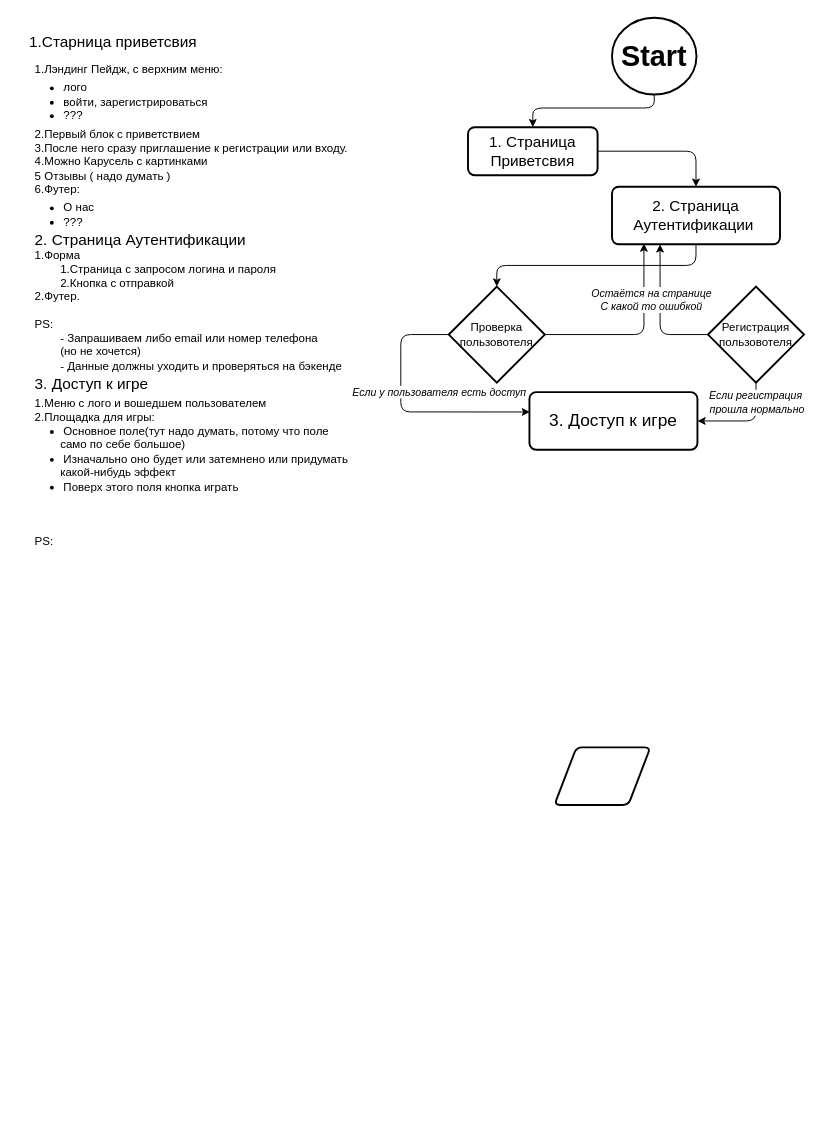
Above: lila_game.drawio in tocheniy/llg_diogram (draw.io), before the change. Source tidied: cells renumbered, new cells numbered last; positions are measured from the earlier drawing's top-left corner, leaving out a move shared by most shapes. Both pictures are drawn from the tidied source at 96%, with x=0, y=0 at pixel (16, 17).
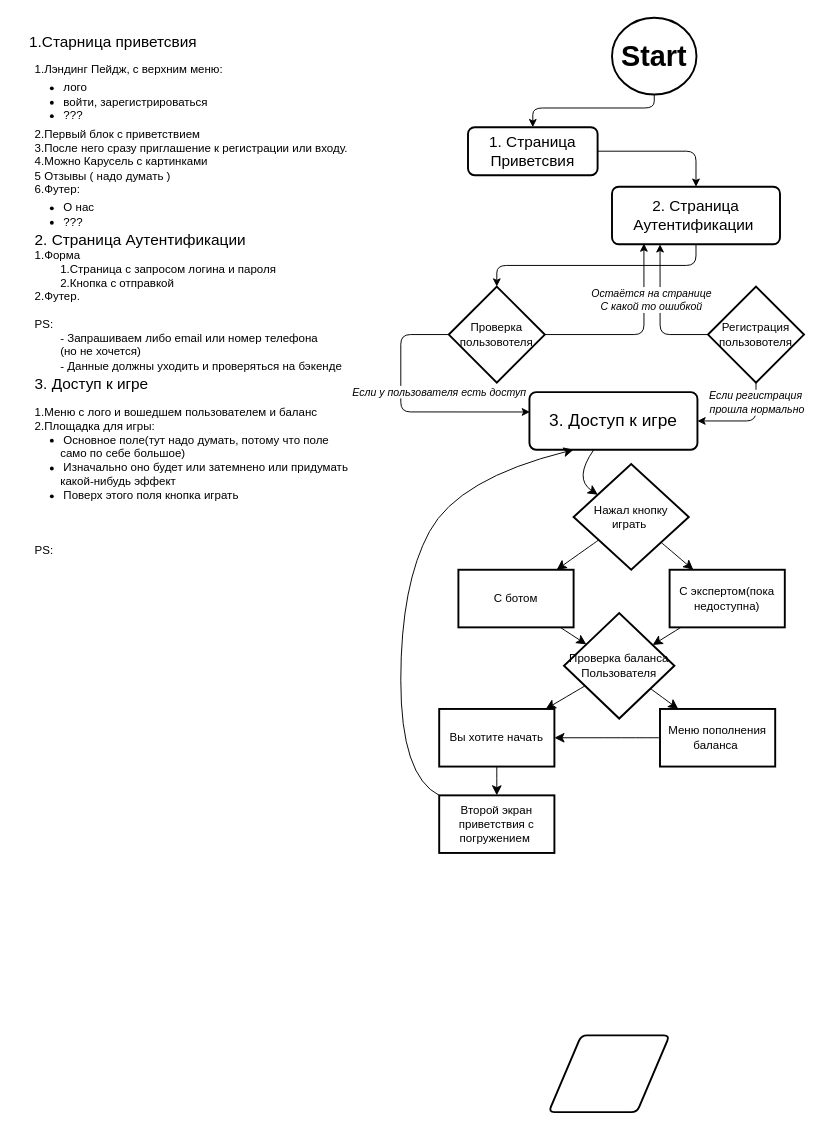
The same page after the edit.

Change to the diagram source:
```diff
@@
-    <mxCell id="5" style="shape=parallelogram;html=1;strokeWidth=2;perimeter=parallelogramPerimeter;whiteSpace=wrap;rounded=1;arcSize=12;size=0.23;" parent="1" vertex="1">
-      <mxGeometry x="560" y="760" width="100" height="60" as="geometry" />
+    <mxCell id="5" style="shape=parallelogram;html=1;strokeWidth=2;perimeter=parallelogramPerimeter;whiteSpace=wrap;rounded=1;arcSize=12;size=0.27;" parent="1" vertex="1">
+      <mxGeometry x="554" y="1060" width="126" height="80" as="geometry" />
     </mxCell>
@@
+    <mxCell id="24" style="edgeStyle=none;curved=1;rounded=0;jettySize=auto;html=1;fontSize=12;startSize=8;endSize=8;" parent="1" edge="1" target="27">
+      <mxGeometry relative="1" as="geometry">
+        <mxPoint x="601" y="450" as="sourcePoint" />
+        <Array as="points">
+          <mxPoint x="580" y="480" />
+        </Array>
+      </mxGeometry>
+    </mxCell>
@@
-    <mxCell id="23" value="&lt;div&gt;&lt;span style=&quot;background-color: initial;&quot;&gt;1.Меню с лого и вошедшем пользователем&lt;/span&gt;&lt;/div&gt;&lt;div&gt;2.Площадка для игры:&lt;/div&gt;&lt;div&gt;&lt;ul style=&quot;padding-left: 30px; margin-top: 0px; margin-bottom: 0px;&quot;&gt;&lt;li&gt;Основное поле(тут надо думать, потому что поле&amp;nbsp;&lt;/li&gt;&lt;/ul&gt;&lt;span style=&quot;background-color: initial;&quot;&gt;&lt;span style=&quot;white-space: pre;&quot;&gt;&#9;&lt;/span&gt;само по себе большое)&amp;nbsp;&lt;/span&gt;&lt;br&gt;&lt;ul style=&quot;padding-left: 30px; margin-top: 0px; margin-bottom: 0px;&quot;&gt;&lt;li&gt;Изначально оно будет или затемнено или придумать&lt;/li&gt;&lt;/ul&gt;&lt;span style=&quot;background-color: initial;&quot;&gt;&lt;span style=&quot;white-space: pre;&quot;&gt;&#9;&lt;/span&gt;какой-нибудь эффект&amp;nbsp;&lt;/span&gt;&lt;/div&gt;&lt;div&gt;&lt;ul style=&quot;padding-left: 30px; margin-top: 0px; margin-bottom: 0px;&quot;&gt;&lt;li&gt;Поверх этого поля кнопка играть&lt;/li&gt;&lt;/ul&gt;&lt;div&gt;&lt;br&gt;&lt;/div&gt;&lt;/div&gt;&lt;div&gt;&lt;br&gt;&lt;/div&gt;&lt;div&gt;&lt;br&gt;&lt;/div&gt;&lt;div&gt;PS:&lt;br&gt;&lt;div&gt;&lt;br&gt;&lt;/div&gt;&lt;/div&gt;" style="text;html=1;align=left;verticalAlign=middle;strokeColor=none;fillColor=none;" parent="1" vertex="1">
-      <mxGeometry x="17" y="386" width="350" height="190" as="geometry" />
+    <mxCell id="23" value="&lt;div&gt;&lt;span style=&quot;background-color: initial;&quot;&gt;1.Меню с лого и вошедшем пользователем и баланс&lt;/span&gt;&lt;/div&gt;&lt;div&gt;2.Площадка для игры:&lt;/div&gt;&lt;div&gt;&lt;ul style=&quot;padding-left: 30px; margin-top: 0px; margin-bottom: 0px;&quot;&gt;&lt;li&gt;Основное поле(тут надо думать, потому что поле&amp;nbsp;&lt;/li&gt;&lt;/ul&gt;&lt;span style=&quot;background-color: initial;&quot;&gt;&lt;span style=&quot;white-space: pre;&quot;&gt;&#9;&lt;/span&gt;само по себе большое)&amp;nbsp;&lt;/span&gt;&lt;br&gt;&lt;ul style=&quot;padding-left: 30px; margin-top: 0px; margin-bottom: 0px;&quot;&gt;&lt;li&gt;Изначально оно будет или затемнено или придумать&lt;/li&gt;&lt;/ul&gt;&lt;span style=&quot;background-color: initial;&quot;&gt;&lt;span style=&quot;white-space: pre;&quot;&gt;&#9;&lt;/span&gt;какой-нибудь эффект&amp;nbsp;&lt;/span&gt;&lt;/div&gt;&lt;div&gt;&lt;ul style=&quot;padding-left: 30px; margin-top: 0px; margin-bottom: 0px;&quot;&gt;&lt;li&gt;Поверх этого поля кнопка играть&lt;/li&gt;&lt;/ul&gt;&lt;div&gt;&lt;br&gt;&lt;/div&gt;&lt;/div&gt;&lt;div&gt;&lt;br&gt;&lt;/div&gt;&lt;div&gt;&lt;br&gt;&lt;/div&gt;&lt;div&gt;PS:&lt;br&gt;&lt;div&gt;&lt;br&gt;&lt;/div&gt;&lt;/div&gt;" style="text;html=1;align=left;verticalAlign=middle;strokeColor=none;fillColor=none;" parent="1" vertex="1">
+      <mxGeometry x="17" y="395" width="350" height="190" as="geometry" />
     </mxCell>
+    <mxCell id="25" style="edgeStyle=none;curved=1;rounded=0;jettySize=auto;html=1;fontSize=12;startSize=8;endSize=8;" parent="1" edge="1" source="27" target="29">
+      <mxGeometry relative="1" as="geometry" />
+    </mxCell>
+    <mxCell id="26" style="edgeStyle=none;curved=1;rounded=0;jettySize=auto;html=1;fontSize=12;startSize=8;endSize=8;" parent="1" edge="1" source="27" target="31">
+      <mxGeometry relative="1" as="geometry" />
+    </mxCell>
+    <mxCell id="27" value="Нажал кнопку играть&amp;nbsp;" style="rhombus;whiteSpace=wrap;html=1;rounded=1;arcSize=0;strokeWidth=2;" parent="1" vertex="1">
+      <mxGeometry x="580" y="465" width="120" height="110" as="geometry" />
+    </mxCell>
+    <mxCell id="28" style="edgeStyle=none;curved=1;rounded=0;jettySize=auto;html=1;fontSize=12;startSize=8;endSize=8;" parent="1" edge="1" source="29" target="34">
+      <mxGeometry relative="1" as="geometry" />
+    </mxCell>
+    <mxCell id="29" value="С ботом" style="whiteSpace=wrap;html=1;rounded=1;arcSize=0;strokeWidth=2;" parent="1" vertex="1">
+      <mxGeometry x="460" y="575" width="120" height="60" as="geometry" />
+    </mxCell>
+    <mxCell id="30" style="edgeStyle=none;curved=1;rounded=0;jettySize=auto;html=1;fontSize=12;startSize=8;endSize=8;" parent="1" edge="1" source="31" target="34">
+      <mxGeometry relative="1" as="geometry" />
+    </mxCell>
+    <mxCell id="31" value="С экспертом(пока недоступна)" style="whiteSpace=wrap;html=1;rounded=1;arcSize=0;strokeWidth=2;" parent="1" vertex="1">
+      <mxGeometry x="680" y="575" width="120" height="60" as="geometry" />
+    </mxCell>
+    <mxCell id="32" style="edgeStyle=none;curved=1;rounded=0;jettySize=auto;html=1;fontSize=12;startSize=8;endSize=8;" parent="1" edge="1" source="34" target="36">
+      <mxGeometry relative="1" as="geometry" />
+    </mxCell>
+    <mxCell id="33" style="edgeStyle=none;curved=1;rounded=0;jettySize=auto;html=1;fontSize=12;startSize=8;endSize=8;" parent="1" edge="1" source="34" target="38">
+      <mxGeometry relative="1" as="geometry" />
+    </mxCell>
+    <mxCell id="34" value="Проверка баланса&lt;div&gt;Пользователя&lt;/div&gt;" style="rhombus;whiteSpace=wrap;html=1;rounded=1;arcSize=0;strokeWidth=2;" parent="1" vertex="1">
+      <mxGeometry x="570" y="620" width="115" height="110" as="geometry" />
+    </mxCell>
+    <mxCell id="35" style="edgeStyle=none;curved=1;rounded=0;jettySize=auto;html=1;fontSize=12;startSize=8;endSize=8;" parent="1" edge="1" source="36" target="40">
+      <mxGeometry relative="1" as="geometry" />
+    </mxCell>
+    <mxCell id="36" value="Вы хотите начать" style="whiteSpace=wrap;html=1;rounded=1;arcSize=0;strokeWidth=2;" parent="1" vertex="1">
+      <mxGeometry x="440" y="720" width="120" height="60" as="geometry" />
+    </mxCell>
+    <mxCell id="37" style="edgeStyle=none;curved=1;rounded=0;jettySize=auto;html=1;fontSize=12;startSize=8;endSize=8;" parent="1" edge="1" source="38" target="36">
+      <mxGeometry relative="1" as="geometry" />
+    </mxCell>
+    <mxCell id="38" value="Меню пополнения баланса&amp;nbsp;" style="whiteSpace=wrap;html=1;rounded=1;arcSize=0;strokeWidth=2;" parent="1" vertex="1">
+      <mxGeometry x="670" y="720" width="120" height="60" as="geometry" />
+    </mxCell>
+    <mxCell id="39" style="edgeStyle=none;curved=1;rounded=0;jettySize=auto;html=1;fontSize=12;startSize=8;endSize=8;" parent="1" edge="1" source="40">
+      <mxGeometry relative="1" as="geometry">
+        <mxPoint x="580" y="450" as="targetPoint" />
+        <Array as="points">
+          <mxPoint x="400" y="790" />
+          <mxPoint x="400" y="590" />
+          <mxPoint x="460" y="480" />
+        </Array>
+      </mxGeometry>
+    </mxCell>
+    <mxCell id="40" value="Второй экран приветствия с погружением&amp;nbsp;" style="whiteSpace=wrap;html=1;rounded=1;arcSize=0;strokeWidth=2;" parent="1" vertex="1">
+      <mxGeometry x="440" y="810" width="120" height="60" as="geometry" />
+    </mxCell>
```
